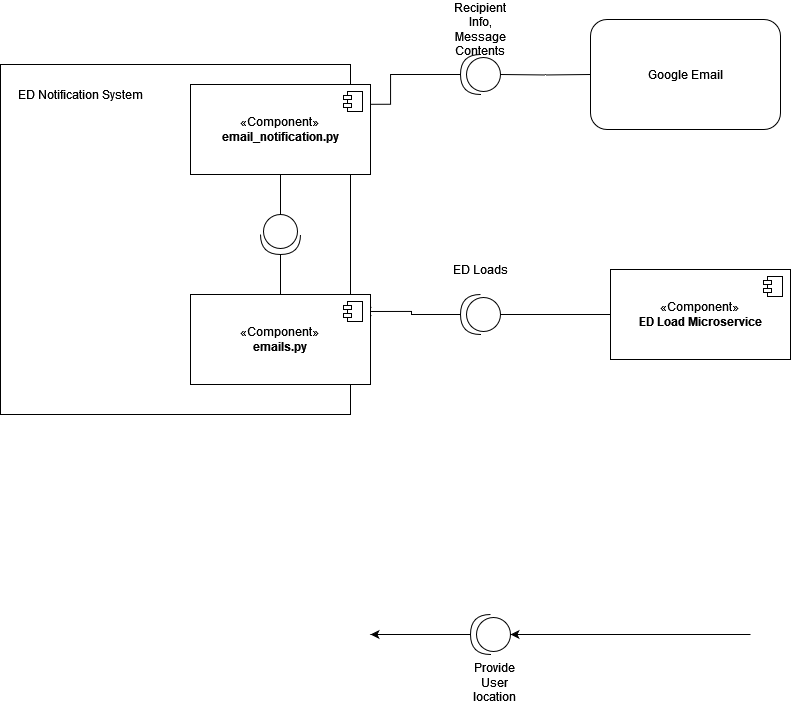
Above: Assets/C&C_Diagram.png in uvic-teach/project-m1-team9 (draw.io), before the change. Source tidied: cells renumbered, new cells last; positions are measured from the earlier drawing's top-left corner, leaving out a move shared by most shapes.
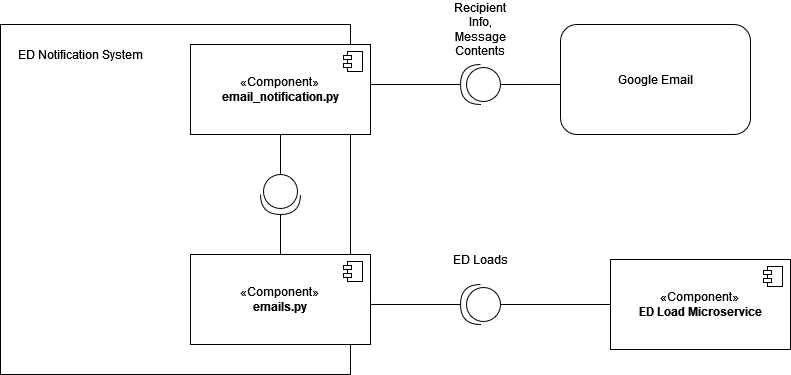
After the change.

What changed in the source:
```diff
@@ -16,27 +16,30 @@
         <mxPoint x="-27" y="7" as="offset" />
       </mxGeometry>
     </mxCell>
-    <mxCell id="6" style="edgeStyle=orthogonalEdgeStyle;rounded=0;jettySize=auto;html=1;endArrow=none;endFill=0;" parent="1" edge="1" target="8">
-      <mxGeometry relative="1" as="geometry">
-        <mxPoint x="590" y="60" as="sourcePoint" />
-      </mxGeometry>
+    <mxCell id="6" style="edgeStyle=orthogonalEdgeStyle;rounded=0;jettySize=auto;html=1;endArrow=none;endFill=0;entryX=0;entryY=0.5;entryDx=0;entryDy=0;entryPerimeter=0;exitX=0.007;exitY=0.545;exitDx=0;exitDy=0;exitPerimeter=0;" parent="1" edge="1" source="21" target="8">
+      <mxGeometry relative="1" as="geometry" />
     </mxCell>
-    <mxCell id="7" style="edgeStyle=orthogonalEdgeStyle;rounded=0;jettySize=auto;html=1;endArrow=none;endFill=0;entryX=1.002;entryY=0.22;entryDx=0;entryDy=0;entryPerimeter=0;" parent="1" edge="1" source="8" target="4">
+    <mxCell id="7" style="edgeStyle=orthogonalEdgeStyle;rounded=0;jettySize=auto;html=1;endArrow=none;endFill=0;entryX=1;entryY=0.5;entryDx=0;entryDy=0;" parent="1" edge="1" source="8" target="4">
       <mxGeometry relative="1" as="geometry">
         <Array as="points">
-          <mxPoint x="390" y="60" />
-          <mxPoint x="390" y="90" />
+          <mxPoint x="480" y="110" />
+          <mxPoint x="370" y="110" />
         </Array>
       </mxGeometry>
     </mxCell>
     <mxCell id="8" style="shape=providedRequiredInterface;html=1;verticalLabelPosition=bottom;sketch=0;rotation=-180;" parent="1" vertex="1">
-      <mxGeometry x="460" y="40" width="40" height="40" as="geometry" />
+      <mxGeometry x="460" y="90" width="40" height="40" as="geometry" />
     </mxCell>
-    <mxCell id="9" style="edgeStyle=orthogonalEdgeStyle;rounded=0;jettySize=auto;html=1;exitX=1;exitY=0.5;exitDx=0;exitDy=0;exitPerimeter=0;entryX=1;entryY=0.5;entryDx=0;entryDy=0;" parent="1" edge="1" source="10" target="13">
-      <mxGeometry relative="1" as="geometry" />
+    <mxCell id="9" style="edgeStyle=orthogonalEdgeStyle;rounded=0;jettySize=auto;html=1;exitX=1;exitY=0.5;exitDx=0;exitDy=0;exitPerimeter=0;entryX=1;entryY=0.5;entryDx=0;entryDy=0;" parent="1" edge="1" source="10" target="12">
+      <mxGeometry relative="1" as="geometry">
+        <Array as="points">
+          <mxPoint x="362" y="330" />
+          <mxPoint x="362" y="325" />
+        </Array>
+      </mxGeometry>
     </mxCell>
     <mxCell id="10" style="shape=providedRequiredInterface;html=1;verticalLabelPosition=bottom;sketch=0;rotation=-180;" parent="1" vertex="1">
-      <mxGeometry x="460" y="280" width="40" height="40" as="geometry" />
+      <mxGeometry x="460" y="310" width="40" height="40" as="geometry" />
     </mxCell>
     <mxCell id="11" style="edgeStyle=orthogonalEdgeStyle;rounded=0;jettySize=auto;html=1;entryX=0;entryY=0.5;entryDx=0;entryDy=0;entryPerimeter=0;endArrow=none;endFill=0;exitX=0;exitY=0.5;exitDx=0;exitDy=0;" parent="1" edge="1" source="19" target="10">
       <mxGeometry relative="1" as="geometry">
@@ -54,29 +57,10 @@
       </mxGeometry>
     </mxCell>
     <mxCell id="14" value="ED Loads" style="text;html=1;strokeColor=none;fillColor=none;align=center;verticalAlign=middle;whiteSpace=wrap;rounded=0;" parent="1" vertex="1">
-      <mxGeometry x="450" y="240" width="60" height="30" as="geometry" />
+      <mxGeometry x="450" y="270" width="60" height="30" as="geometry" />
     </mxCell>
-    <mxCell id="15" style="edgeStyle=orthogonalEdgeStyle;rounded=0;jettySize=auto;html=1;exitX=1;exitY=0.5;exitDx=0;exitDy=0;exitPerimeter=0;" parent="1" edge="1" source="16">
-      <mxGeometry relative="1" as="geometry">
-        <mxPoint x="370" y="620" as="targetPoint" />
-      </mxGeometry>
-    </mxCell>
-    <mxCell id="16" style="shape=providedRequiredInterface;html=1;verticalLabelPosition=bottom;sketch=0;rotation=-180;" parent="1" vertex="1">
-      <mxGeometry x="470" y="600" width="40" height="40" as="geometry" />
-    </mxCell>
-    <mxCell id="17" style="edgeStyle=orthogonalEdgeStyle;rounded=0;jettySize=auto;html=1;entryX=0;entryY=0.5;entryDx=0;entryDy=0;entryPerimeter=0;" parent="1" edge="1" target="16">
-      <mxGeometry relative="1" as="geometry">
-        <mxPoint x="750" y="620" as="sourcePoint" />
-        <Array as="points">
-          <mxPoint x="750" y="620" />
-        </Array>
-      </mxGeometry>
-    </mxCell>
-    <mxCell id="18" value="Provide User location" style="text;html=1;strokeColor=none;fillColor=none;align=center;verticalAlign=middle;whiteSpace=wrap;rounded=0;" parent="1" vertex="1">
-      <mxGeometry x="464" y="653" width="60" height="30" as="geometry" />
-    </mxCell>
     <mxCell id="19" value="«Component»&lt;br&gt;&lt;b&gt;ED Load Microservice&lt;/b&gt;" style="html=1;whiteSpace=wrap;" parent="1" vertex="1">
-      <mxGeometry x="610" y="255" width="180" height="90" as="geometry" />
+      <mxGeometry x="610" y="285" width="180" height="90" as="geometry" />
     </mxCell>
     <mxCell id="20" style="shape=module;jettyWidth=8;jettyHeight=4;" parent="19" vertex="1">
       <mxGeometry x="1" width="19" height="20" relative="1" as="geometry">
@@ -84,10 +68,10 @@
       </mxGeometry>
     </mxCell>
     <mxCell id="21" value="Google Email" style="rounded=1;whiteSpace=wrap;html=1;" parent="1" vertex="1">
-      <mxGeometry x="590" y="5" width="190" height="110" as="geometry" />
+      <mxGeometry x="560" y="50" width="190" height="110" as="geometry" />
     </mxCell>
     <mxCell id="22" value="Recipient Info, Message Contents" style="text;html=1;strokeColor=none;fillColor=none;align=center;verticalAlign=middle;whiteSpace=wrap;rounded=0;" parent="1" vertex="1">
-      <mxGeometry x="450" width="60" height="30" as="geometry" />
+      <mxGeometry x="450" y="40" width="60" height="30" as="geometry" />
     </mxCell>
     <mxCell id="23" style="shape=providedRequiredInterface;html=1;verticalLabelPosition=bottom;sketch=0;rotation=90;" parent="1" vertex="1">
       <mxGeometry x="260" y="200" width="40" height="40" as="geometry" />
```
